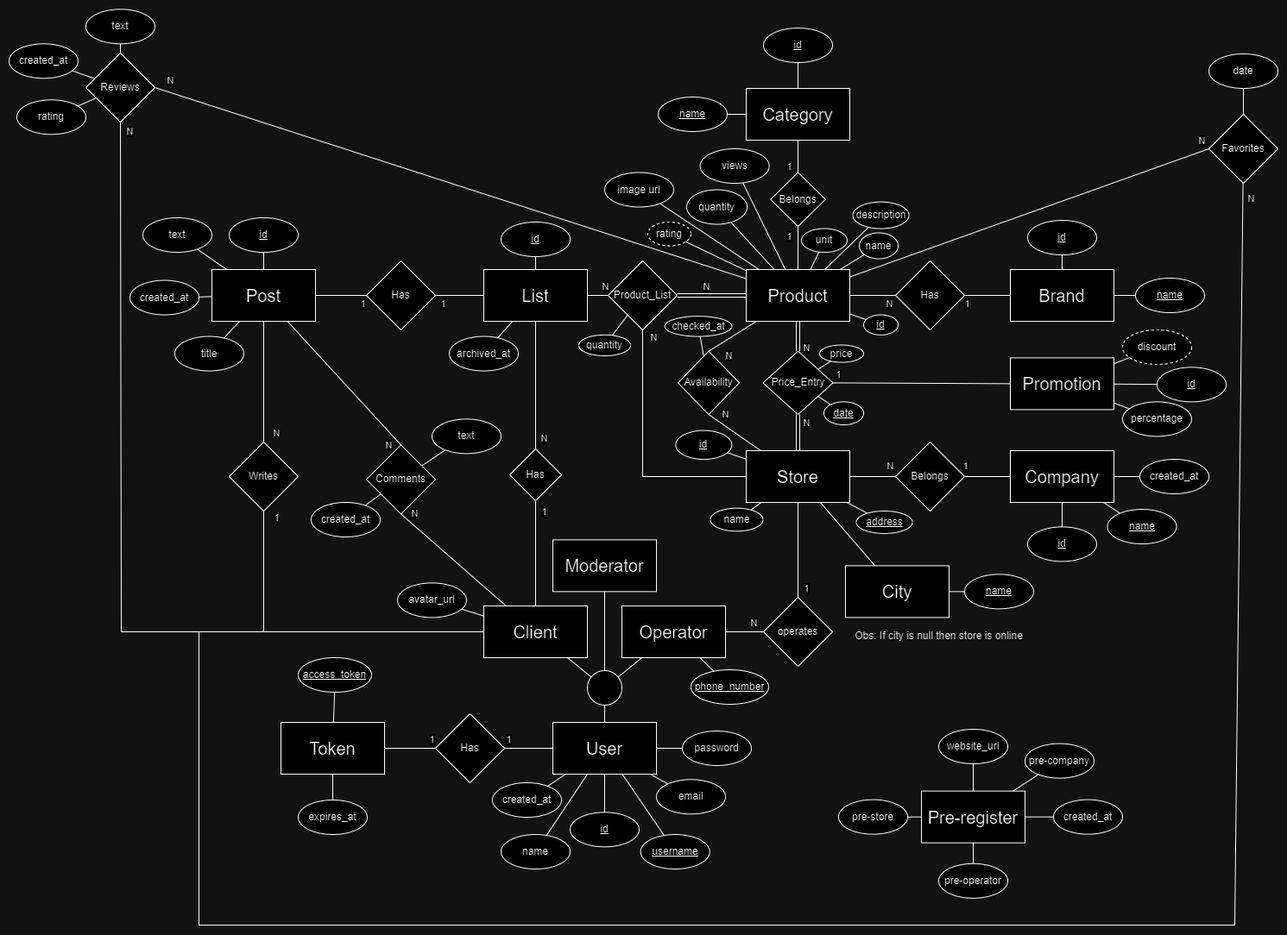
The draw.io diagram docs/EA_model.png in AndreGraca3/Market-Tracker, before a commit. Source tidied: cells renumbered, new cells last; positions are measured from the earlier drawing's top-left corner, leaving out a move shared by most shapes.
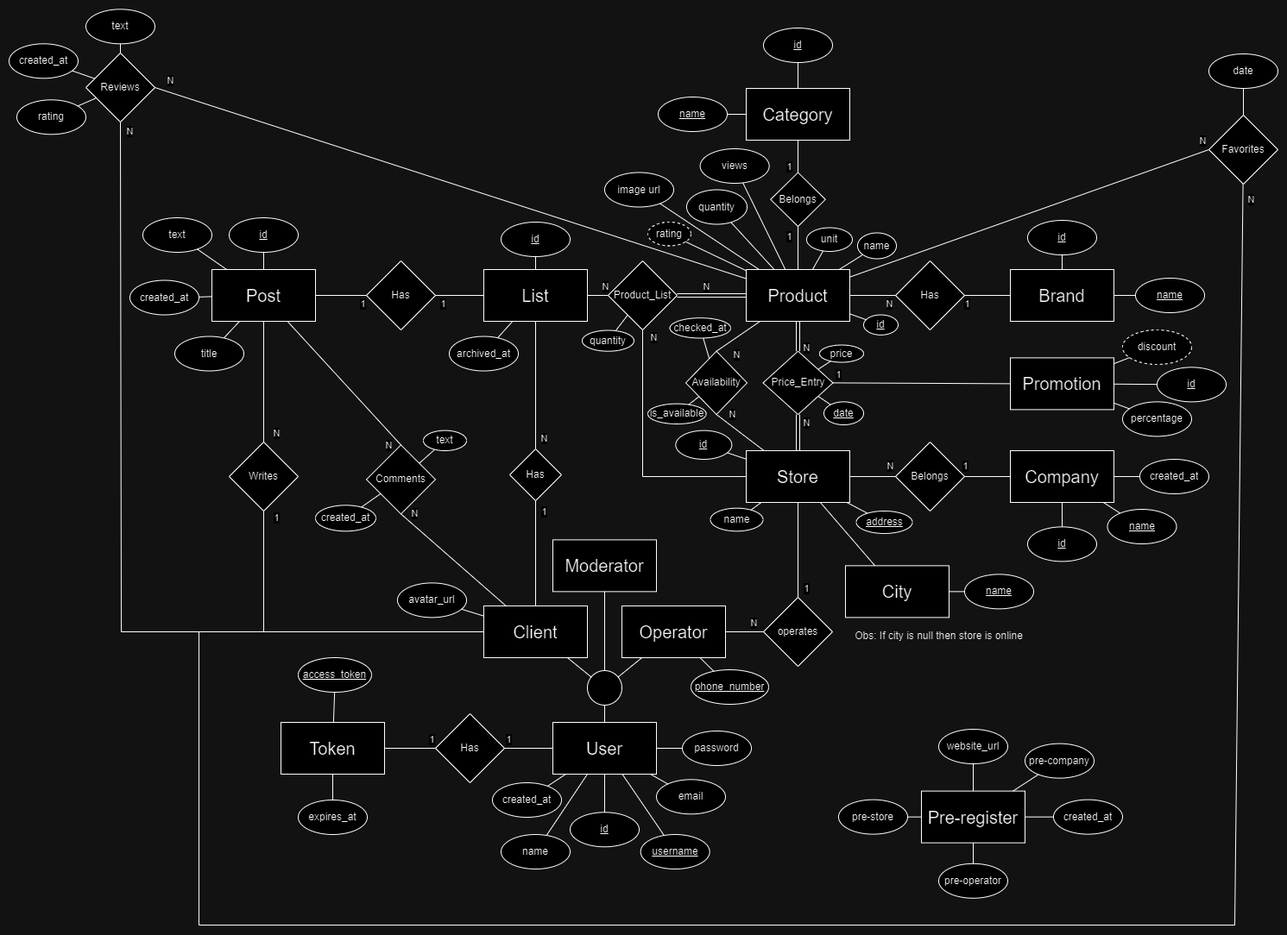
The same diagram one commit later.

What changed in the source:
```diff
@@ -129,14 +129,8 @@
     <mxCell id="40" style="endArrow=none;html=1;rounded=0;" parent="1" edge="1" source="39" target="156">
       <mxGeometry relative="1" as="geometry" />
     </mxCell>
-    <mxCell id="41" value="description" style="ellipse;whiteSpace=wrap;html=1;" parent="1" vertex="1">
-      <mxGeometry x="977.5" y="223.6" width="65" height="30.9" as="geometry" />
-    </mxCell>
-    <mxCell id="42" style="endArrow=none;html=1;rounded=0;" parent="1" edge="1" source="41" target="2">
-      <mxGeometry relative="1" as="geometry" />
-    </mxCell>
     <mxCell id="43" value="unit" style="ellipse;whiteSpace=wrap;html=1;" parent="1" vertex="1">
-      <mxGeometry x="918" y="254.5" width="53" height="27.5" as="geometry" />
+      <mxGeometry x="924" y="253.5" width="53" height="27.5" as="geometry" />
     </mxCell>
     <mxCell id="44" style="endArrow=none;html=1;rounded=0;" parent="1" edge="1" source="2" target="43">
       <mxGeometry relative="1" as="geometry" />
@@ -360,7 +354,7 @@
       <mxGeometry relative="1" as="geometry" />
     </mxCell>
     <mxCell id="110" value="Favorites" style="rhombus;whiteSpace=wrap;html=1;" parent="1" vertex="1">
-      <mxGeometry x="1390" y="122" width="80" height="80" as="geometry" />
+      <mxGeometry x="1390" y="123" width="80" height="80" as="geometry" />
     </mxCell>
     <mxCell id="111" style="endArrow=none;html=1;rounded=0;exitX=0;exitY=0.5;exitDx=0;exitDy=0;" parent="1" edge="1" source="110" target="2">
       <mxGeometry relative="1" as="geometry" />
@@ -398,7 +392,7 @@
       <mxGeometry relative="1" as="geometry" />
     </mxCell>
     <mxCell id="122" value="quantity" style="ellipse;whiteSpace=wrap;html=1;" parent="1" vertex="1">
-      <mxGeometry x="660" y="377.8" width="60" height="24.2" as="geometry" />
+      <mxGeometry x="664" y="372.5" width="60" height="24.2" as="geometry" />
     </mxCell>
     <mxCell id="123" value="&lt;span&gt;text&lt;/span&gt;" style="ellipse;whiteSpace=wrap;html=1;fontStyle=0;" parent="1" vertex="1">
       <mxGeometry x="155" y="242" width="80" height="40" as="geometry" />
@@ -488,16 +482,16 @@
       <mxGeometry relative="1" as="geometry" />
     </mxCell>
     <mxCell id="146" value="&lt;span&gt;text&lt;/span&gt;" style="ellipse;whiteSpace=wrap;html=1;fontStyle=0;" parent="1" vertex="1">
-      <mxGeometry x="490" y="475.4" width="80" height="40" as="geometry" />
+      <mxGeometry x="480" y="488.6" width="50" height="23.4" as="geometry" />
     </mxCell>
     <mxCell id="147" value="&lt;span&gt;created_at&lt;/span&gt;" style="ellipse;whiteSpace=wrap;html=1;fontStyle=0;" parent="1" vertex="1">
-      <mxGeometry x="350" y="572" width="80" height="40" as="geometry" />
+      <mxGeometry x="355" y="575.3" width="70" height="30" as="geometry" />
     </mxCell>
     <mxCell id="148" style="endArrow=none;html=1;rounded=0;" parent="1" edge="1" source="147" target="138">
       <mxGeometry relative="1" as="geometry" />
     </mxCell>
     <mxCell id="149" value="name" style="ellipse;whiteSpace=wrap;html=1;" parent="1" vertex="1">
-      <mxGeometry x="985" y="259.5" width="45" height="30" as="geometry" />
+      <mxGeometry x="983" y="259.5" width="45" height="30" as="geometry" />
     </mxCell>
     <mxCell id="150" style="endArrow=none;html=1;rounded=0;" parent="1" edge="1" source="149" target="2">
       <mxGeometry relative="1" as="geometry" />
@@ -594,7 +588,7 @@
       <mxGeometry relative="1" as="geometry" />
     </mxCell>
     <mxCell id="178" value="Availability" style="rhombus;whiteSpace=wrap;html=1;shadow=0;strokeColor=default;gradientColor=none;fillColor=default;fillStyle=auto;" parent="1" vertex="1">
-      <mxGeometry x="775" y="396.7" width="71" height="73.4" as="geometry" />
+      <mxGeometry x="784" y="396.7" width="71" height="73.4" as="geometry" />
     </mxCell>
     <mxCell id="179" value="N" style="endArrow=none;html=1;rounded=0;exitX=0.5;exitY=0;exitDx=0;exitDy=0;" parent="1" edge="1" source="178" target="2">
       <mxGeometry x="-0.46" y="-17" relative="1" as="geometry" />
@@ -603,7 +597,7 @@
       <mxGeometry x="0.56" y="-11" relative="1" as="geometry" />
     </mxCell>
     <mxCell id="181" value="&lt;span&gt;checked_at&lt;/span&gt;" style="ellipse;whiteSpace=wrap;html=1;fontStyle=0;" parent="1" vertex="1">
-      <mxGeometry x="759.7" y="356.1" width="77.7" height="23.4" as="geometry" />
+      <mxGeometry x="765.7" y="358.1" width="70.3" height="23.4" as="geometry" />
     </mxCell>
     <mxCell id="182" style="endArrow=none;html=1;rounded=0;" parent="1" edge="1" source="178" target="181">
       <mxGeometry relative="1" as="geometry" />
@@ -650,5 +644,11 @@
     <mxCell id="195" value="Obs: If city is null then store is online" style="text;html=1;align=center;verticalAlign=middle;strokeColor=none;fillColor=none;" parent="1" vertex="1">
       <mxGeometry x="967" y="712" width="220" height="30" as="geometry" />
     </mxCell>
+    <mxCell id="196" value="&lt;span&gt;is_available&lt;/span&gt;" style="ellipse;whiteSpace=wrap;html=1;fontStyle=0;" parent="1" vertex="1">
+      <mxGeometry x="740" y="457.6" width="67.6" height="23.4" as="geometry" />
+    </mxCell>
+    <mxCell id="197" style="endArrow=none;html=1;rounded=0;" parent="1" edge="1" source="196" target="178">
+      <mxGeometry relative="1" as="geometry" />
+    </mxCell>
   </root>
 </mxGraphModel>
```
